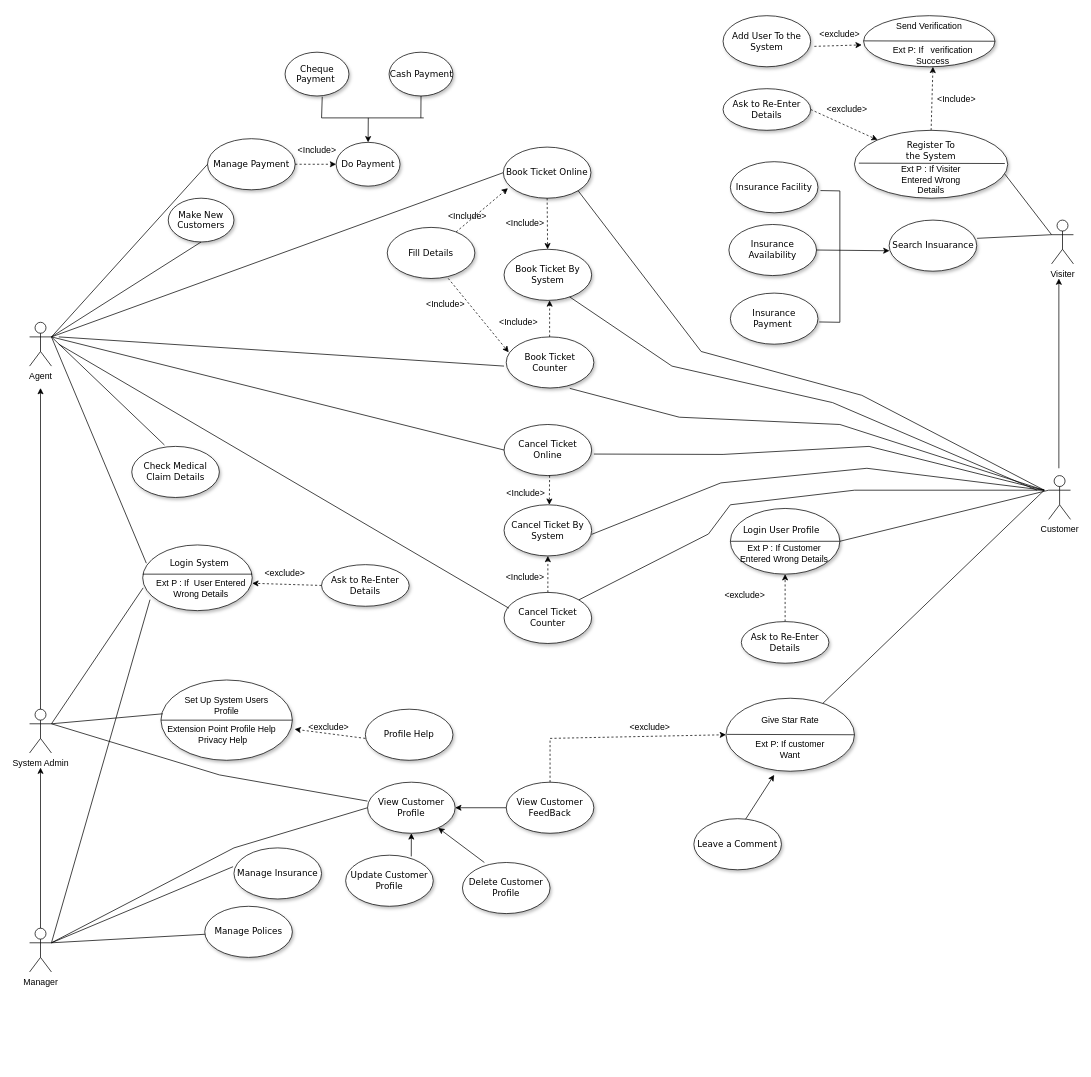
Before: Untitled Diagram.drawio in rivinduchamath/Helth-Insurance-, a draw.io diagram. Source tidied: cells renumbered, new cells numbered last; positions are measured from the earlier drawing's top-left corner, leaving out a move shared by most shapes. Both pictures are drawn from the tidied source at 73%, with x=0, y=0 at pixel (29, 15).
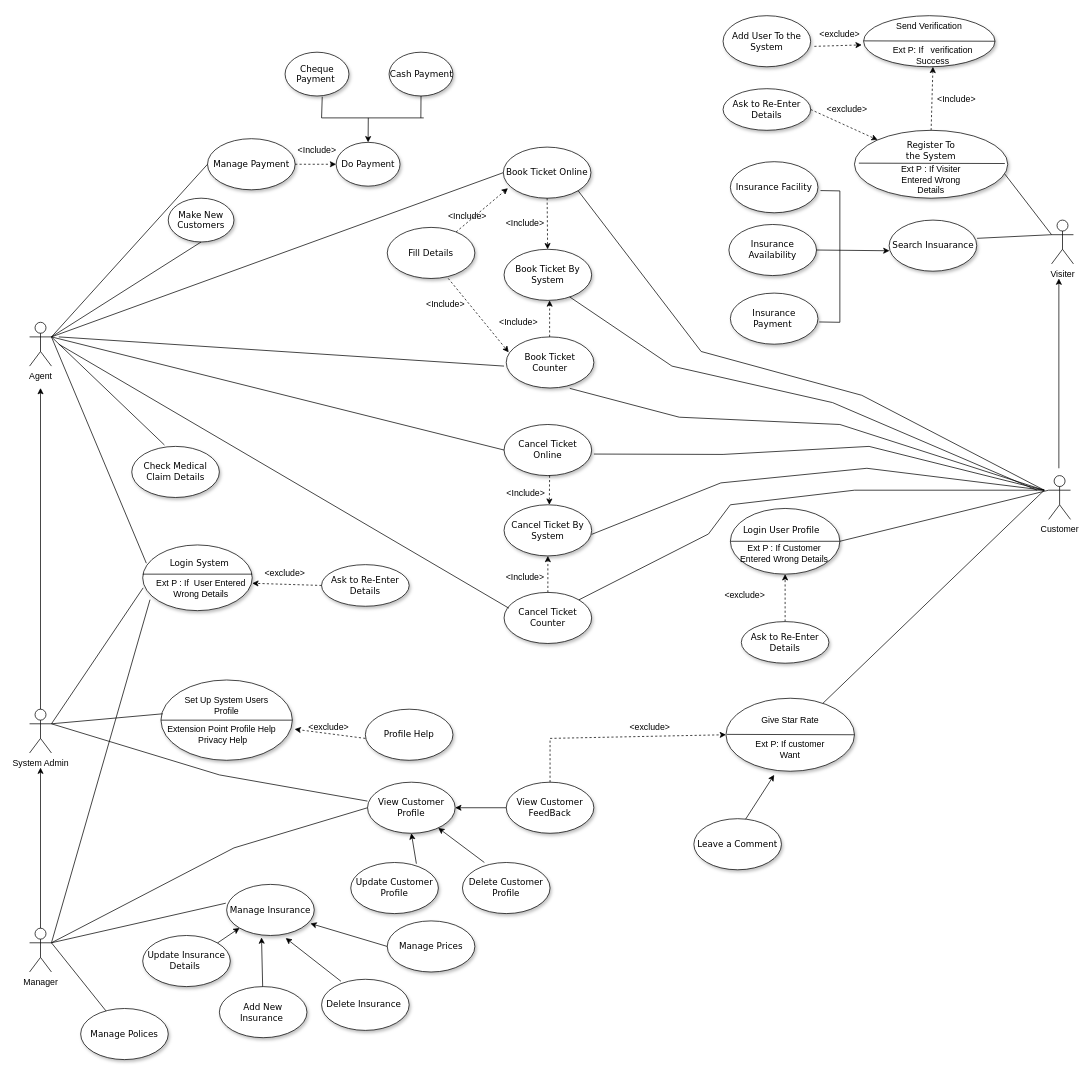
The same diagram, later.

What changed in the source:
```diff
@@
     <mxCell id="79" value="Manage Insurance" style="ellipse;whiteSpace=wrap;html=1;rounded=0;shadow=1;comic=0;labelBackgroundColor=none;strokeWidth=1;fontFamily=Verdana;fontSize=12;align=center;" parent="1" vertex="1">
-      <mxGeometry x="280" y="1140" width="120" height="70" as="geometry" />
+      <mxGeometry x="270" y="1190" width="120" height="70" as="geometry" />
     </mxCell>
     <mxCell id="80" value="Manage Polices" style="ellipse;whiteSpace=wrap;html=1;rounded=0;shadow=1;comic=0;labelBackgroundColor=none;strokeWidth=1;fontFamily=Verdana;fontSize=12;align=center;" parent="1" vertex="1">
-      <mxGeometry x="240" y="1220" width="120" height="70" as="geometry" />
+      <mxGeometry x="70" y="1360" width="120" height="70" as="geometry" />
     </mxCell>
@@
     <mxCell id="106" value="Update Customer Profile" style="ellipse;whiteSpace=wrap;html=1;rounded=0;shadow=1;comic=0;labelBackgroundColor=none;strokeWidth=1;fontFamily=Verdana;fontSize=12;align=center;" parent="1" vertex="1">
-      <mxGeometry x="433" y="1150" width="120" height="70" as="geometry" />
+      <mxGeometry x="440" y="1160" width="120" height="70" as="geometry" />
     </mxCell>
@@
+    <mxCell id="128" value="Delete Insurance&amp;nbsp;" style="ellipse;whiteSpace=wrap;html=1;rounded=0;shadow=1;comic=0;labelBackgroundColor=none;strokeWidth=1;fontFamily=Verdana;fontSize=12;align=center;" parent="1" vertex="1">
+      <mxGeometry x="400" y="1320" width="120" height="70" as="geometry" />
+    </mxCell>
+    <mxCell id="129" value="Manage Prices" style="ellipse;whiteSpace=wrap;html=1;rounded=0;shadow=1;comic=0;labelBackgroundColor=none;strokeWidth=1;fontFamily=Verdana;fontSize=12;align=center;" parent="1" vertex="1">
+      <mxGeometry x="490" y="1240" width="120" height="70" as="geometry" />
+    </mxCell>
+    <mxCell id="130" value="Add New Insurance&amp;nbsp;" style="ellipse;whiteSpace=wrap;html=1;rounded=0;shadow=1;comic=0;labelBackgroundColor=none;strokeWidth=1;fontFamily=Verdana;fontSize=12;align=center;" parent="1" vertex="1">
+      <mxGeometry x="260" y="1330" width="120" height="70" as="geometry" />
+    </mxCell>
+    <mxCell id="131" value="Update Insurance Details&amp;nbsp;" style="ellipse;whiteSpace=wrap;html=1;rounded=0;shadow=1;comic=0;labelBackgroundColor=none;strokeWidth=1;fontFamily=Verdana;fontSize=12;align=center;" parent="1" vertex="1">
+      <mxGeometry x="155" y="1260" width="120" height="70" as="geometry" />
+    </mxCell>
+    <mxCell id="132" style="endArrow=classic;html=1;rounded=0;exitX=1;exitY=0;exitDx=0;exitDy=0;entryX=0;entryY=1;entryDx=0;entryDy=0;" parent="1" edge="1" source="131" target="79">
+      <mxGeometry relative="1" as="geometry" />
+    </mxCell>
+    <mxCell id="133" style="endArrow=classic;html=1;rounded=0;entryX=0.398;entryY=1.038;entryDx=0;entryDy=0;entryPerimeter=0;" parent="1" edge="1" source="130" target="79">
+      <mxGeometry relative="1" as="geometry" />
+    </mxCell>
+    <mxCell id="134" style="endArrow=classic;html=1;rounded=0;entryX=0.674;entryY=1.05;entryDx=0;entryDy=0;entryPerimeter=0;exitX=0.221;exitY=0.038;exitDx=0;exitDy=0;exitPerimeter=0;" parent="1" edge="1" source="128" target="79">
+      <mxGeometry relative="1" as="geometry" />
+    </mxCell>
+    <mxCell id="135" style="endArrow=classic;html=1;rounded=0;entryX=0.956;entryY=0.765;entryDx=0;entryDy=0;entryPerimeter=0;exitX=0;exitY=0.5;exitDx=0;exitDy=0;" parent="1" edge="1" source="129" target="79">
+      <mxGeometry relative="1" as="geometry" />
+    </mxCell>
```
